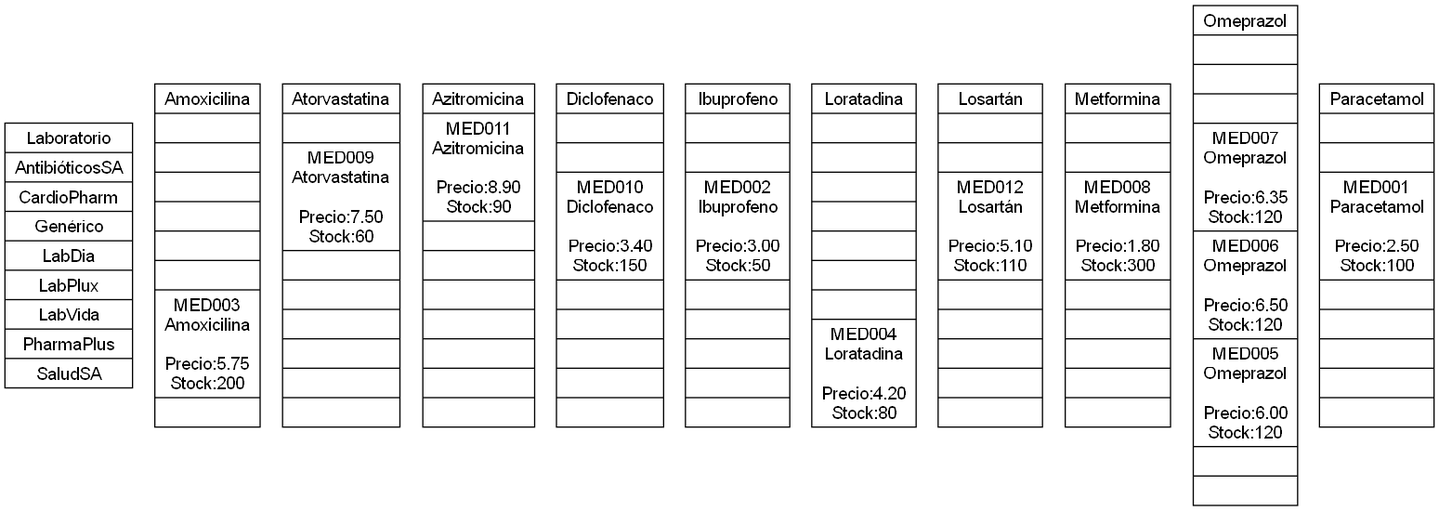
Above: graficos/matrizDispersa.png in RONY36606/EDD_1S2026_PY_-202307793_FASE1-2-3 (Graphviz), before the change. Its source is kept beside it as graficos/matrizDispersa.dot.
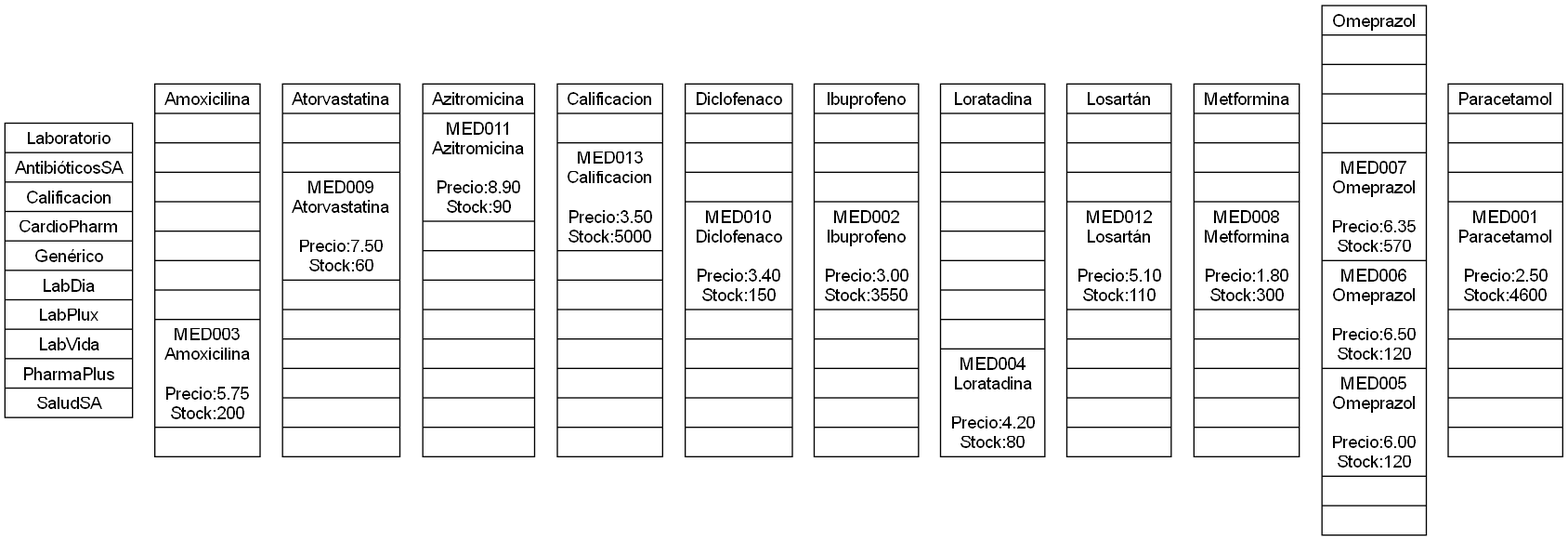
After the change.

Diff of the diagram source:
```diff
@@ -1,14 +1,15 @@
 digraph Matriz {
     node [shape=record, fontname="Helvetica"];
-    header [label="{ Laboratorio | AntibióticosSA | CardioPharm | Genérico | LabDia | LabPlux | LabVida | PharmaPlus | SaludSA }"];
-    "Amoxicilina" [label="{ Amoxicilina |   |   |   |   |   |   | MED003\nAmoxicilina\n\nPrecio:5.75\nStock:200 |   }"];
-    "Atorvastatina" [label="{ Atorvastatina |   | MED009\nAtorvastatina\n\nPrecio:7.50\nStock:60 |   |   |   |   |   |   }"];
-    "Azitromicina" [label="{ Azitromicina | MED011\nAzitromicina\n\nPrecio:8.90\nStock:90 |   |   |   |   |   |   |   }"];
-    "Diclofenaco" [label="{ Diclofenaco |   |   | MED010\nDiclofenaco\n\nPrecio:3.40\nStock:150 |   |   |   |   |   }"];
-    "Ibuprofeno" [label="{ Ibuprofeno |   |   | MED002\nIbuprofeno\n\nPrecio:3.00\nStock:50 |   |   |   |   |   }"];
-    "Loratadina" [label="{ Loratadina |   |   |   |   |   |   |   | MED004\nLoratadina\n\nPrecio:4.20\nStock:80 }"];
-    "Losartán" [label="{ Losartán |   |   | MED012\nLosartán\n\nPrecio:5.10\nStock:110 |   |   |   |   |   }"];
-    "Metformina" [label="{ Metformina |   |   | MED008\nMetformina\n\nPrecio:1.80\nStock:300 |   |   |   |   |   }"];
-    "Omeprazol" [label="{ Omeprazol |   |   |   | MED007\nOmeprazol\n\nPrecio:6.35\nStock:120 | MED006\nOmeprazol\n\nPrecio:6.50\nStock:120 | MED005\nOmeprazol\n\nPrecio:6.00\nStock:120 |   |   }"];
-    "Paracetamol" [label="{ Paracetamol |   |   | MED001\nParacetamol\n\nPrecio:2.50\nStock:100 |   |   |   |   |   }"];
+    header [label="{ Laboratorio | AntibióticosSA | Calificacion | CardioPharm | Genérico | LabDia | LabPlux | LabVida | PharmaPlus | SaludSA }"];
+    "Amoxicilina" [label="{ Amoxicilina |   |   |   |   |   |   |   | MED003\nAmoxicilina\n\nPrecio:5.75\nStock:200 |   }"];
+    "Atorvastatina" [label="{ Atorvastatina |   |   | MED009\nAtorvastatina\n\nPrecio:7.50\nStock:60 |   |   |   |   |   |   }"];
+    "Azitromicina" [label="{ Azitromicina | MED011\nAzitromicina\n\nPrecio:8.90\nStock:90 |   |   |   |   |   |   |   |   }"];
+    "Calificacion" [label="{ Calificacion |   | MED013\nCalificacion\n\nPrecio:3.50\nStock:5000 |   |   |   |   |   |   |   }"];
+    "Diclofenaco" [label="{ Diclofenaco |   |   |   | MED010\nDiclofenaco\n\nPrecio:3.40\nStock:150 |   |   |   |   |   }"];
+    "Ibuprofeno" [label="{ Ibuprofeno |   |   |   | MED002\nIbuprofeno\n\nPrecio:3.00\nStock:3550 |   |   |   |   |   }"];
+    "Loratadina" [label="{ Loratadina |   |   |   |   |   |   |   |   | MED004\nLoratadina\n\nPrecio:4.20\nStock:80 }"];
+    "Losartán" [label="{ Losartán |   |   |   | MED012\nLosartán\n\nPrecio:5.10\nStock:110 |   |   |   |   |   }"];
+    "Metformina" [label="{ Metformina |   |   |   | MED008\nMetformina\n\nPrecio:1.80\nStock:300 |   |   |   |   |   }"];
+    "Omeprazol" [label="{ Omeprazol |   |   |   |   | MED007\nOmeprazol\n\nPrecio:6.35\nStock:570 | MED006\nOmeprazol\n\nPrecio:6.50\nStock:120 | MED005\nOmeprazol\n\nPrecio:6.00\nStock:120 |   |   }"];
+    "Paracetamol" [label="{ Paracetamol |   |   |   | MED001\nParacetamol\n\nPrecio:2.50\nStock:4600 |   |   |   |   |   }"];
 }
```
